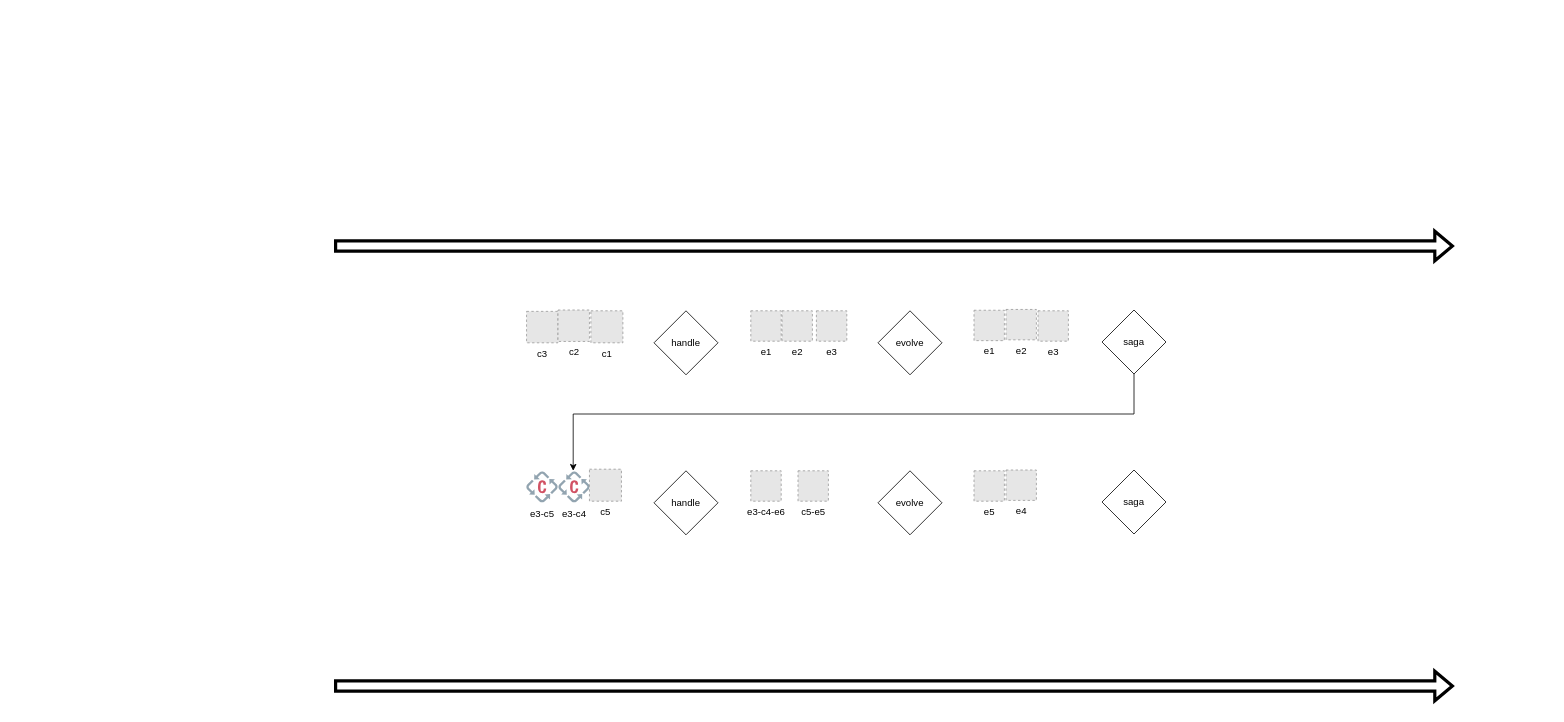
The draw.io diagram .docs/eventsourcing.drawio in memoria-io/reactive, before the edit. Source tidied: cells renumbered, new cells numbered last; positions are measured from the earlier drawing's top-left corner, leaving out a move shared by most shapes. Both pictures are drawn from the tidied source at 80%, with x=0, y=0 at pixel (334, 246). Pictures stored in the file or linked from it are replaced by grey dashed boxes.
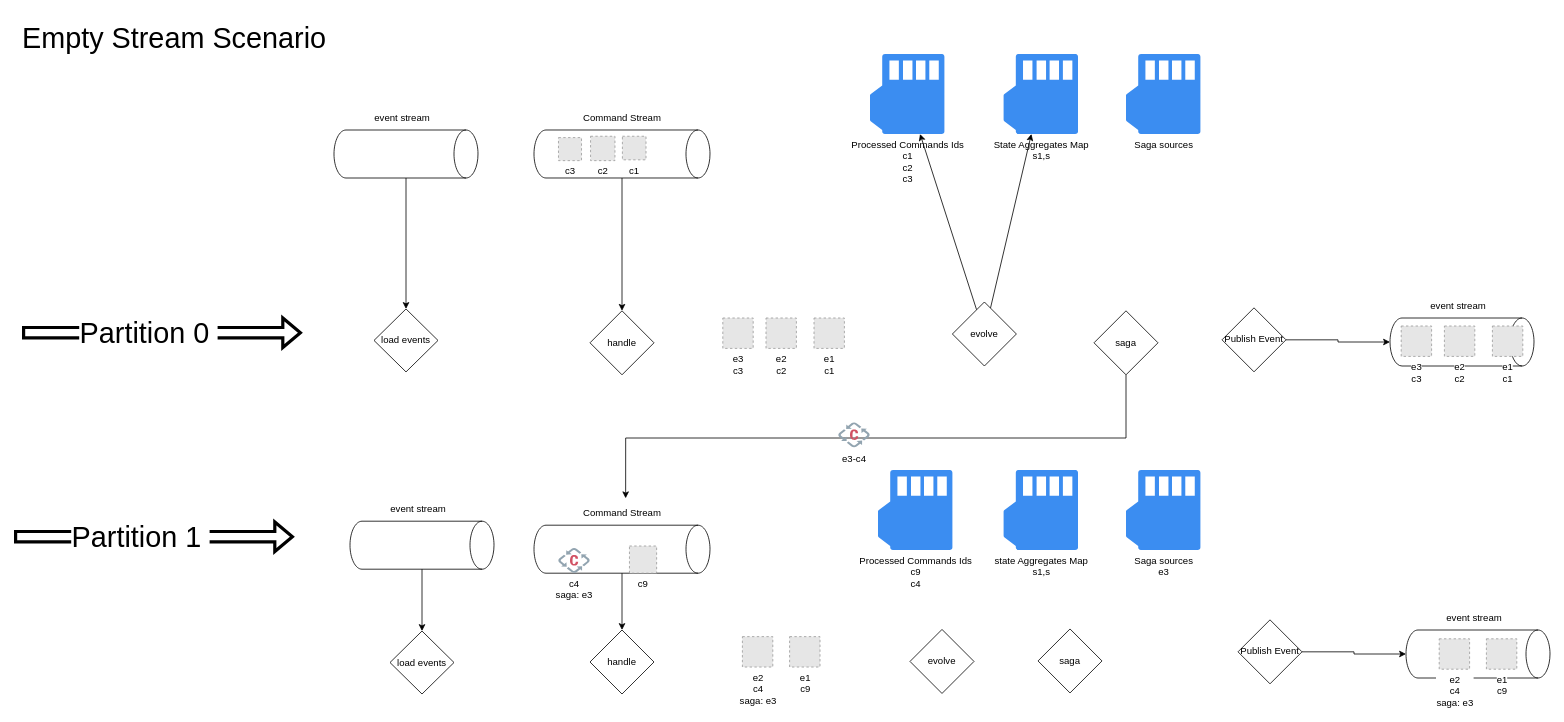
The same page after the edit.

The edit, as a diff of the source:
```diff
@@
-    <mxCell id="2" value="e3" style="fillColor=#E6E6E6;strokeColor=#999999;dashed=1;html=1;verticalAlign=top;verticalLabelPosition=bottom;labelBackgroundColor=#ffffff;" parent="1" vertex="1">
-      <mxGeometry x="603" y="81" width="38" height="38" as="geometry" />
+    <mxCell id="2" value="e3&lt;br&gt;c3" style="fillColor=#E6E6E6;strokeColor=#999999;dashed=1;html=1;verticalAlign=top;verticalLabelPosition=bottom;labelBackgroundColor=#ffffff;" parent="1" vertex="1">
+      <mxGeometry x="486" y="90" width="38" height="38" as="geometry" />
     </mxCell>
-    <mxCell id="3" value="e2" style="fillColor=#E6E6E6;strokeColor=#999999;dashed=1;html=1;verticalAlign=top;verticalLabelPosition=bottom;labelBackgroundColor=#ffffff;" parent="1" vertex="1">
-      <mxGeometry x="560" y="81" width="38" height="38" as="geometry" />
-    </mxCell>
-    <mxCell id="4" value="e1" style="fillColor=#E6E6E6;strokeColor=#999999;dashed=1;html=1;verticalAlign=top;verticalLabelPosition=bottom;labelBackgroundColor=#ffffff;" parent="1" vertex="1">
-      <mxGeometry x="521" y="81" width="38" height="38" as="geometry" />
-    </mxCell>
     <mxCell id="5" value="handle" style="rhombus;whiteSpace=wrap;html=1;" parent="1" vertex="1">
-      <mxGeometry x="400" y="81" width="80" height="80" as="geometry" />
+      <mxGeometry x="320" y="81" width="80" height="80" as="geometry" />
     </mxCell>
+    <mxCell id="27" style="rounded=0;jettySize=auto;html=1;" parent="1" edge="1" source="6" target="39">
+      <mxGeometry relative="1" as="geometry" />
+    </mxCell>
+    <mxCell id="28" style="rounded=0;jettySize=auto;html=1;" parent="1" edge="1" source="6" target="40">
+      <mxGeometry relative="1" as="geometry" />
+    </mxCell>
     <mxCell id="6" value="evolve" style="rhombus;whiteSpace=wrap;html=1;" parent="1" vertex="1">
-      <mxGeometry x="680" y="81" width="80" height="80" as="geometry" />
+      <mxGeometry x="773" y="70" width="80" height="80" as="geometry" />
     </mxCell>
-    <mxCell id="7" value="e3" style="fillColor=#E6E6E6;strokeColor=#999999;dashed=1;html=1;verticalAlign=top;verticalLabelPosition=bottom;labelBackgroundColor=#ffffff;" parent="1" vertex="1">
-      <mxGeometry x="880" y="81" width="38" height="38" as="geometry" />
-    </mxCell>
-    <mxCell id="8" value="e2" style="fillColor=#E6E6E6;strokeColor=#999999;dashed=1;html=1;verticalAlign=top;verticalLabelPosition=bottom;labelBackgroundColor=#ffffff;" parent="1" vertex="1">
-      <mxGeometry x="840" y="79.3" width="38" height="38" as="geometry" />
-    </mxCell>
-    <mxCell id="9" value="e1" style="fillColor=#E6E6E6;strokeColor=#999999;dashed=1;html=1;verticalAlign=top;verticalLabelPosition=bottom;labelBackgroundColor=#ffffff;" parent="1" vertex="1">
-      <mxGeometry x="800" y="80.3" width="38" height="38" as="geometry" />
-    </mxCell>
-    <mxCell id="10" value="c3" style="fillColor=#E6E6E6;strokeColor=#999999;dashed=1;html=1;verticalAlign=top;verticalLabelPosition=bottom;labelBackgroundColor=#ffffff;" parent="1" vertex="1">
-      <mxGeometry x="240.7" y="81.7" width="39.3" height="39.3" as="geometry" />
-    </mxCell>
-    <mxCell id="11" value="c2" style="fillColor=#E6E6E6;strokeColor=#999999;dashed=1;html=1;verticalAlign=top;verticalLabelPosition=bottom;labelBackgroundColor=#ffffff;" parent="1" vertex="1">
-      <mxGeometry x="280" y="80" width="39.3" height="39.3" as="geometry" />
-    </mxCell>
-    <mxCell id="12" value="c1" style="fillColor=#E6E6E6;strokeColor=#999999;dashed=1;html=1;verticalAlign=top;verticalLabelPosition=bottom;labelBackgroundColor=#ffffff;" parent="1" vertex="1">
-      <mxGeometry x="321.1" y="81" width="40" height="40" as="geometry" />
-    </mxCell>
-    <mxCell id="13" style="edgeStyle=orthogonalEdgeStyle;rounded=0;jettySize=auto;html=1;" parent="1" edge="1" source="14" target="22">
-      <mxGeometry relative="1" as="geometry">
-        <Array as="points">
-          <mxPoint x="1000" y="210" />
-          <mxPoint x="299" y="210" />
-        </Array>
-      </mxGeometry>
-    </mxCell>
+    <mxCell id="29" style="edgeStyle=orthogonalEdgeStyle;rounded=0;jettySize=auto;html=1;entryX=0.538;entryY=-0.122;entryDx=0;entryDy=0;entryPerimeter=0;exitX=0.5;exitY=1;exitDx=0;exitDy=0;" parent="1" edge="1" source="14" target="46">
+      <mxGeometry relative="1" as="geometry">
+        <Array as="points">
+          <mxPoint x="990" y="240" />
+          <mxPoint x="365" y="240" />
+        </Array>
+      </mxGeometry>
+    </mxCell>
     <mxCell id="14" value="saga" style="rhombus;whiteSpace=wrap;html=1;" parent="1" vertex="1">
-      <mxGeometry x="960" y="80" width="80" height="80" as="geometry" />
+      <mxGeometry x="950" y="81" width="80" height="80" as="geometry" />
     </mxCell>
-    <mxCell id="15" value="c5-e5" style="fillColor=#E6E6E6;strokeColor=#999999;dashed=1;html=1;verticalAlign=top;verticalLabelPosition=bottom;labelBackgroundColor=#ffffff;" parent="1" vertex="1">
-      <mxGeometry x="580" y="281" width="38" height="38" as="geometry" />
+    <mxCell id="15" value="e1&lt;br&gt;c9" style="fillColor=#E6E6E6;strokeColor=#999999;dashed=1;html=1;verticalAlign=top;verticalLabelPosition=bottom;labelBackgroundColor=#ffffff;" parent="1" vertex="1">
+      <mxGeometry x="569.5" y="488.3" width="38" height="38" as="geometry" />
     </mxCell>
-    <mxCell id="16" value="e3-c4-e6" style="fillColor=#E6E6E6;strokeColor=#999999;dashed=1;html=1;verticalAlign=top;verticalLabelPosition=bottom;labelBackgroundColor=#ffffff;" parent="1" vertex="1">
-      <mxGeometry x="521" y="281" width="38" height="38" as="geometry" />
+    <mxCell id="16" value="e2&lt;br&gt;c4&lt;br&gt;saga: e3" style="fillColor=#E6E6E6;strokeColor=#999999;dashed=1;html=1;verticalAlign=top;verticalLabelPosition=bottom;labelBackgroundColor=#ffffff;" parent="1" vertex="1">
+      <mxGeometry x="510.5" y="488.3" width="38" height="38" as="geometry" />
     </mxCell>
     <mxCell id="17" value="handle" style="rhombus;whiteSpace=wrap;html=1;" parent="1" vertex="1">
-      <mxGeometry x="400" y="281" width="80" height="80" as="geometry" />
+      <mxGeometry x="320" y="480" width="80" height="80" as="geometry" />
     </mxCell>
     <mxCell id="18" value="evolve" style="rhombus;whiteSpace=wrap;html=1;" parent="1" vertex="1">
-      <mxGeometry x="680" y="281" width="80" height="80" as="geometry" />
+      <mxGeometry x="720" y="479.3" width="80" height="80" as="geometry" />
     </mxCell>
-    <mxCell id="19" value="e4" style="fillColor=#E6E6E6;strokeColor=#999999;dashed=1;html=1;verticalAlign=top;verticalLabelPosition=bottom;labelBackgroundColor=#ffffff;" parent="1" vertex="1">
-      <mxGeometry x="840" y="280" width="38" height="38" as="geometry" />
-    </mxCell>
-    <mxCell id="20" value="e5" style="fillColor=#E6E6E6;strokeColor=#999999;dashed=1;html=1;verticalAlign=top;verticalLabelPosition=bottom;labelBackgroundColor=#ffffff;" parent="1" vertex="1">
-      <mxGeometry x="800" y="281" width="38" height="38" as="geometry" />
-    </mxCell>
     <mxCell id="21" value="saga" style="rhombus;whiteSpace=wrap;html=1;" parent="1" vertex="1">
-      <mxGeometry x="960" y="280" width="80" height="80" as="geometry" />
+      <mxGeometry x="880" y="478.7" width="80" height="80" as="geometry" />
     </mxCell>
+    <mxCell id="30" value="&lt;font style=&quot;font-size: 36px;&quot;&gt;Empty Stream Scenario&lt;/font&gt;" style="text;html=1;align=center;verticalAlign=middle;strokeColor=none;fillColor=none;" parent="1" vertex="1">
+      <mxGeometry x="-400" y="-290" width="400" height="60" as="geometry" />
+    </mxCell>
+    <mxCell id="31" style="edgeStyle=orthogonalEdgeStyle;rounded=0;jettySize=auto;html=1;entryX=0.5;entryY=0;entryDx=0;entryDy=0;exitX=1;exitY=0.5;exitDx=0;exitDy=0;exitPerimeter=0;" parent="1" edge="1" source="37" target="32">
+      <mxGeometry relative="1" as="geometry" />
+    </mxCell>
+    <mxCell id="32" value="load events" style="rhombus;whiteSpace=wrap;html=1;" parent="1" vertex="1">
+      <mxGeometry x="50" y="78.7" width="80" height="78.7" as="geometry" />
+    </mxCell>
+    <mxCell id="33" style="group;" parent="1" vertex="1">
+      <mxGeometry x="250" y="-175" width="220" height="90" as="geometry" />
+    </mxCell>
+    <mxCell id="34" style="shape=cylinder3;whiteSpace=wrap;html=1;boundedLbl=1;backgroundOutline=1;size=15;rotation=90;" parent="33" vertex="1">
+      <mxGeometry x="80" y="-50" width="60" height="220" as="geometry" />
+    </mxCell>
+    <mxCell id="35" value="Command Stream" style="text;html=1;align=center;verticalAlign=middle;strokeColor=none;fillColor=none;" parent="33" vertex="1">
+      <mxGeometry x="50" width="120" height="30" as="geometry" />
+    </mxCell>
+    <mxCell id="10" value="c3" style="fillColor=#E6E6E6;strokeColor=#999999;dashed=1;html=1;verticalAlign=top;verticalLabelPosition=bottom;labelBackgroundColor=#ffffff;" parent="33" vertex="1">
+      <mxGeometry x="30.6" y="39.5" width="28.8" height="28.8" as="geometry" />
+    </mxCell>
+    <mxCell id="11" value="c2" style="fillColor=#E6E6E6;strokeColor=#999999;dashed=1;html=1;verticalAlign=top;verticalLabelPosition=bottom;labelBackgroundColor=#ffffff;" parent="33" vertex="1">
+      <mxGeometry x="70.7" y="37.8" width="30.5" height="30.5" as="geometry" />
+    </mxCell>
+    <mxCell id="12" value="c1" style="fillColor=#E6E6E6;strokeColor=#999999;dashed=1;html=1;verticalAlign=top;verticalLabelPosition=bottom;labelBackgroundColor=#ffffff;" parent="33" vertex="1">
+      <mxGeometry x="110.5" y="37.8" width="29.5" height="29.5" as="geometry" />
+    </mxCell>
+    <mxCell id="36" style="group;" parent="1" vertex="1">
+      <mxGeometry y="-175" width="180" height="90" as="geometry" />
+    </mxCell>
+    <mxCell id="37" style="shape=cylinder3;whiteSpace=wrap;html=1;boundedLbl=1;backgroundOutline=1;size=15;rotation=90;" parent="36" vertex="1">
+      <mxGeometry x="60" y="-30" width="60" height="180" as="geometry" />
+    </mxCell>
+    <mxCell id="38" value="event stream" style="text;html=1;align=center;verticalAlign=middle;strokeColor=none;fillColor=none;" parent="36" vertex="1">
+      <mxGeometry x="40.1" width="90" height="30" as="geometry" />
+    </mxCell>
+    <mxCell id="39" value="Processed Commands Ids&lt;br&gt;c1&lt;br&gt;c2&lt;br&gt;c3" style="sketch=0;html=1;strokeColor=none;shadow=0;fillColor=#3B8DF1;verticalAlign=top;labelPosition=center;verticalLabelPosition=bottom;shape=mxgraph.gcp2.memory_card;" parent="1" vertex="1">
+      <mxGeometry x="670" y="-240" width="93" height="100" as="geometry" />
+    </mxCell>
+    <mxCell id="40" value="State Aggregates Map&lt;br&gt;s1,s&lt;br&gt;" style="sketch=0;html=1;strokeColor=none;shadow=0;fillColor=#3B8DF1;verticalAlign=top;labelPosition=center;verticalLabelPosition=bottom;shape=mxgraph.gcp2.memory_card;" parent="1" vertex="1">
+      <mxGeometry x="837" y="-240" width="93" height="100" as="geometry" />
+    </mxCell>
+    <mxCell id="41" value="Saga sources" style="sketch=0;html=1;strokeColor=none;shadow=0;fillColor=#3B8DF1;verticalAlign=top;labelPosition=center;verticalLabelPosition=bottom;shape=mxgraph.gcp2.memory_card;" parent="1" vertex="1">
+      <mxGeometry x="990" y="-240" width="93" height="100" as="geometry" />
+    </mxCell>
+    <mxCell id="42" style="shape=flexArrow;endArrow=classic;html=1;rounded=0;strokeWidth=4;" parent="1" edge="1">
+      <mxGeometry relative="1" as="geometry">
+        <mxPoint x="-400" y="363.4" as="sourcePoint" />
+        <mxPoint x="-50" y="363.4" as="targetPoint" />
+      </mxGeometry>
+    </mxCell>
+    <mxCell id="43" value="Partition 1&amp;nbsp;" style="edgeLabel;html=1;align=center;verticalAlign=middle;fontSize=36;" parent="42" vertex="1">
+      <mxGeometry x="-0.29" y="-6" relative="1" as="geometry">
+        <mxPoint x="33" y="-6" as="offset" />
+      </mxGeometry>
+    </mxCell>
+    <mxCell id="44" style="group;" parent="1" vertex="1">
+      <mxGeometry x="250" y="319" width="220" height="90" as="geometry" />
+    </mxCell>
+    <mxCell id="45" style="shape=cylinder3;whiteSpace=wrap;html=1;boundedLbl=1;backgroundOutline=1;size=15;rotation=90;" parent="44" vertex="1">
+      <mxGeometry x="80" y="-50" width="60" height="220" as="geometry" />
+    </mxCell>
+    <mxCell id="46" value="Command Stream" style="text;html=1;align=center;verticalAlign=middle;points=[];strokeColor=none;fillColor=none;" parent="44" vertex="1">
+      <mxGeometry x="50" width="120" height="30" as="geometry" />
+    </mxCell>
-    <mxCell id="22" value="e3-c4" style="dashed=0;outlineConnect=0;html=1;align=center;labelPosition=center;verticalLabelPosition=bottom;verticalAlign=top;shape=mxgraph.weblogos.connotea;" parent="1" vertex="1">
-      <mxGeometry x="280.1" y="281" width="40" height="40" as="geometry" />
+    <mxCell id="22" value="c4&lt;br&gt;saga: e3" style="dashed=0;outlineConnect=0;html=1;align=center;labelPosition=center;verticalLabelPosition=bottom;verticalAlign=top;shape=mxgraph.weblogos.connotea;" parent="44" vertex="1">
+      <mxGeometry x="30" y="58" width="40" height="32" as="geometry" />
     </mxCell>
-    <mxCell id="23" value="c5" style="fillColor=#E6E6E6;strokeColor=#999999;dashed=1;html=1;verticalAlign=top;verticalLabelPosition=bottom;labelBackgroundColor=#ffffff;" parent="1" vertex="1">
-      <mxGeometry x="319.3" y="279" width="40" height="40" as="geometry" />
+    <mxCell id="23" value="c9" style="fillColor=#E6E6E6;strokeColor=#999999;dashed=1;html=1;verticalAlign=top;verticalLabelPosition=bottom;labelBackgroundColor=#ffffff;" parent="44" vertex="1">
+      <mxGeometry x="119.3" y="56" width="34" height="34" as="geometry" />
     </mxCell>
-    <mxCell id="24" value="e3-c5" style="dashed=0;html=1;align=center;labelPosition=center;verticalLabelPosition=bottom;verticalAlign=top;shape=mxgraph.weblogos.connotea;" parent="1" vertex="1">
-      <mxGeometry x="240" y="281" width="40" height="40" as="geometry" />
-    </mxCell>
-    <mxCell id="25" style="shape=flexArrow;endArrow=classic;html=1;rounded=0;strokeWidth=4;" parent="1" edge="1">
-      <mxGeometry relative="1" as="geometry">
-        <mxPoint as="sourcePoint" />
-        <mxPoint x="1400" as="targetPoint" />
-      </mxGeometry>
-    </mxCell>
-    <mxCell id="26" style="shape=flexArrow;endArrow=classic;html=1;rounded=0;strokeWidth=4;" parent="1" edge="1">
-      <mxGeometry relative="1" as="geometry">
-        <mxPoint y="550" as="sourcePoint" />
-        <mxPoint x="1400" y="550" as="targetPoint" />
-      </mxGeometry>
-    </mxCell>
+    <mxCell id="47" style="group;" parent="1" vertex="1">
+      <mxGeometry x="20" y="314" width="180" height="90" as="geometry" />
+    </mxCell>
+    <mxCell id="48" style="shape=cylinder3;whiteSpace=wrap;html=1;boundedLbl=1;backgroundOutline=1;size=15;rotation=90;" parent="47" vertex="1">
+      <mxGeometry x="60" y="-30" width="60" height="180" as="geometry" />
+    </mxCell>
+    <mxCell id="49" value="event stream" style="text;html=1;align=center;verticalAlign=middle;strokeColor=none;fillColor=none;" parent="47" vertex="1">
+      <mxGeometry x="40.1" width="90" height="30" as="geometry" />
+    </mxCell>
+    <mxCell id="50" value="state Aggregates Map&lt;br&gt;s1,s" style="sketch=0;html=1;strokeColor=none;shadow=0;fillColor=#3B8DF1;verticalAlign=top;labelPosition=center;verticalLabelPosition=bottom;shape=mxgraph.gcp2.memory_card;" parent="1" vertex="1">
+      <mxGeometry x="837" y="280" width="93" height="100" as="geometry" />
+    </mxCell>
+    <mxCell id="51" value="Saga sources&lt;br&gt;e3" style="sketch=0;html=1;strokeColor=none;shadow=0;fillColor=#3B8DF1;verticalAlign=top;labelPosition=center;verticalLabelPosition=bottom;shape=mxgraph.gcp2.memory_card;" parent="1" vertex="1">
+      <mxGeometry x="990" y="280" width="93" height="100" as="geometry" />
+    </mxCell>
+    <mxCell id="52" style="edgeStyle=orthogonalEdgeStyle;rounded=0;jettySize=auto;html=1;entryX=0.5;entryY=0;entryDx=0;entryDy=0;" parent="1" edge="1" source="45" target="17">
+      <mxGeometry relative="1" as="geometry" />
+    </mxCell>
+    <mxCell id="53" style="shape=flexArrow;endArrow=classic;html=1;rounded=0;strokeWidth=4;" parent="1" edge="1">
+      <mxGeometry relative="1" as="geometry">
+        <mxPoint x="-390" y="108.4" as="sourcePoint" />
+        <mxPoint x="-40" y="108.4" as="targetPoint" />
+      </mxGeometry>
+    </mxCell>
+    <mxCell id="54" value="Partition 0&amp;nbsp;" style="edgeLabel;html=1;align=center;verticalAlign=middle;fontSize=36;" parent="53" vertex="1">
+      <mxGeometry x="-0.29" y="-6" relative="1" as="geometry">
+        <mxPoint x="33" y="-6" as="offset" />
+      </mxGeometry>
+    </mxCell>
+    <mxCell id="55" value="load events" style="rhombus;whiteSpace=wrap;html=1;" parent="1" vertex="1">
+      <mxGeometry x="70" y="481.3" width="80" height="78.7" as="geometry" />
+    </mxCell>
+    <mxCell id="56" style="edgeStyle=orthogonalEdgeStyle;rounded=0;jettySize=auto;html=1;" parent="1" edge="1" source="48" target="55">
+      <mxGeometry relative="1" as="geometry" />
+    </mxCell>
+    <mxCell id="57" value="e3-c4" style="dashed=0;html=1;align=center;labelPosition=center;verticalLabelPosition=bottom;verticalAlign=top;shape=mxgraph.weblogos.connotea;" parent="1" vertex="1">
+      <mxGeometry x="630" y="220" width="40" height="32" as="geometry" />
+    </mxCell>
+    <mxCell id="58" value="e2&lt;br&gt;c2" style="fillColor=#E6E6E6;strokeColor=#999999;dashed=1;html=1;verticalAlign=top;verticalLabelPosition=bottom;labelBackgroundColor=#ffffff;" parent="1" vertex="1">
+      <mxGeometry x="540" y="90" width="38" height="38" as="geometry" />
+    </mxCell>
+    <mxCell id="59" value="e1&lt;br&gt;c1" style="fillColor=#E6E6E6;strokeColor=#999999;dashed=1;html=1;verticalAlign=top;verticalLabelPosition=bottom;labelBackgroundColor=#ffffff;" parent="1" vertex="1">
+      <mxGeometry x="600" y="90" width="38" height="38" as="geometry" />
+    </mxCell>
+    <mxCell id="60" style="edgeStyle=orthogonalEdgeStyle;rounded=0;jettySize=auto;html=1;" parent="1" edge="1" source="34" target="5">
+      <mxGeometry relative="1" as="geometry" />
+    </mxCell>
+    <mxCell id="61" value="Processed Commands Ids&lt;br&gt;c9&lt;br&gt;c4" style="sketch=0;html=1;strokeColor=none;shadow=0;fillColor=#3B8DF1;verticalAlign=top;labelPosition=center;verticalLabelPosition=bottom;shape=mxgraph.gcp2.memory_card;" parent="1" vertex="1">
+      <mxGeometry x="680" y="280" width="93" height="100" as="geometry" />
+    </mxCell>
+    <mxCell id="62" style="edgeStyle=orthogonalEdgeStyle;rounded=0;jettySize=auto;html=1;" parent="1" edge="1" source="63" target="65">
+      <mxGeometry relative="1" as="geometry" />
+    </mxCell>
+    <mxCell id="63" value="Publish Event" style="rhombus;whiteSpace=wrap;html=1;" parent="1" vertex="1">
+      <mxGeometry x="1110" y="77.3" width="80" height="80" as="geometry" />
+    </mxCell>
+    <mxCell id="64" style="group;" parent="1" vertex="1">
+      <mxGeometry x="1320" y="60" width="180" height="90" as="geometry" />
+    </mxCell>
+    <mxCell id="65" style="shape=cylinder3;whiteSpace=wrap;html=1;boundedLbl=1;backgroundOutline=1;size=15;rotation=90;" parent="64" vertex="1">
+      <mxGeometry x="60" y="-30" width="60" height="180" as="geometry" />
+    </mxCell>
+    <mxCell id="66" value="event stream" style="text;html=1;align=center;verticalAlign=middle;strokeColor=none;fillColor=none;" parent="64" vertex="1">
+      <mxGeometry x="40.1" width="90" height="30" as="geometry" />
+    </mxCell>
+    <mxCell id="67" value="e3&lt;br&gt;c3" style="fillColor=#E6E6E6;strokeColor=#999999;dashed=1;html=1;verticalAlign=top;verticalLabelPosition=bottom;labelBackgroundColor=#ffffff;" parent="64" vertex="1">
+      <mxGeometry x="14" y="40" width="38" height="38" as="geometry" />
+    </mxCell>
+    <mxCell id="68" value="e2&lt;br&gt;c2" style="fillColor=#E6E6E6;strokeColor=#999999;dashed=1;html=1;verticalAlign=top;verticalLabelPosition=bottom;labelBackgroundColor=#ffffff;" parent="64" vertex="1">
+      <mxGeometry x="68" y="40" width="38" height="38" as="geometry" />
+    </mxCell>
+    <mxCell id="69" value="e1&lt;br&gt;c1" style="fillColor=#E6E6E6;strokeColor=#999999;dashed=1;html=1;verticalAlign=top;verticalLabelPosition=bottom;labelBackgroundColor=#ffffff;" parent="64" vertex="1">
+      <mxGeometry x="128" y="40" width="38" height="38" as="geometry" />
+    </mxCell>
+    <mxCell id="70" style="edgeStyle=orthogonalEdgeStyle;rounded=0;jettySize=auto;html=1;" parent="1" edge="1" source="71" target="73">
+      <mxGeometry relative="1" as="geometry" />
+    </mxCell>
+    <mxCell id="71" value="Publish Event" style="rhombus;whiteSpace=wrap;html=1;" parent="1" vertex="1">
+      <mxGeometry x="1130" y="467.3" width="80" height="80" as="geometry" />
+    </mxCell>
+    <mxCell id="72" style="group;" parent="1" vertex="1">
+      <mxGeometry x="1340" y="450" width="180" height="90" as="geometry" />
+    </mxCell>
+    <mxCell id="73" style="shape=cylinder3;whiteSpace=wrap;html=1;boundedLbl=1;backgroundOutline=1;size=15;rotation=90;" parent="72" vertex="1">
+      <mxGeometry x="60" y="-30" width="60" height="180" as="geometry" />
+    </mxCell>
+    <mxCell id="74" value="event stream" style="text;html=1;align=center;verticalAlign=middle;strokeColor=none;fillColor=none;" parent="72" vertex="1">
+      <mxGeometry x="40.1" width="90" height="30" as="geometry" />
+    </mxCell>
+    <mxCell id="75" value="e1&lt;br&gt;c9" style="fillColor=#E6E6E6;strokeColor=#999999;dashed=1;html=1;verticalAlign=top;verticalLabelPosition=bottom;labelBackgroundColor=#ffffff;" parent="72" vertex="1">
+      <mxGeometry x="100.5" y="41" width="38" height="38" as="geometry" />
+    </mxCell>
+    <mxCell id="76" value="e2&lt;br&gt;c4&lt;br&gt;saga: e3" style="fillColor=#E6E6E6;strokeColor=#999999;dashed=1;html=1;verticalAlign=top;verticalLabelPosition=bottom;labelBackgroundColor=#ffffff;" parent="72" vertex="1">
+      <mxGeometry x="41.5" y="41" width="38" height="38" as="geometry" />
+    </mxCell>
```
